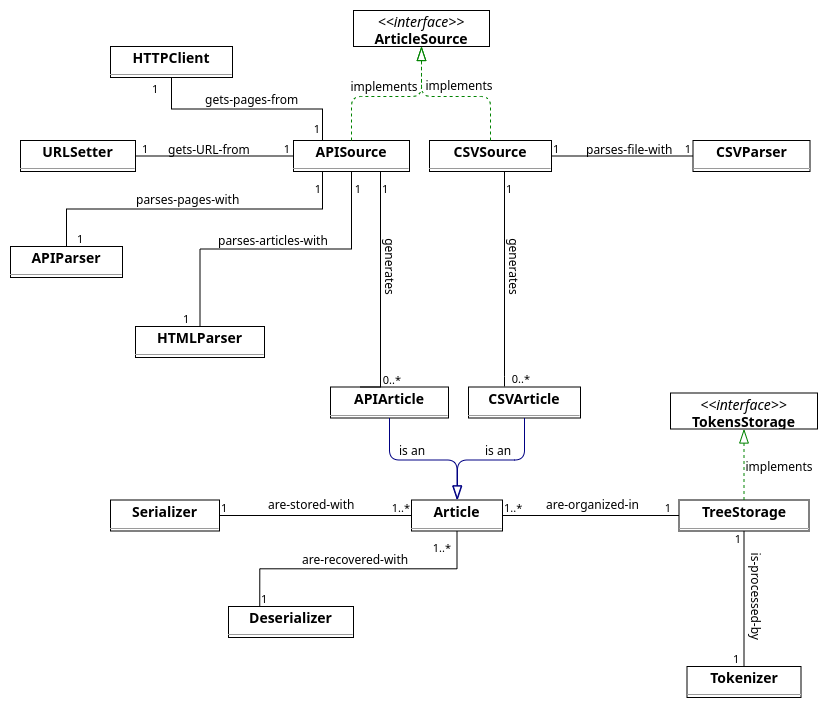
Earlier version of the draw.io export design_models/class_diag/dynamic_model/dynamic_class_diag.png (Daedalus02/eis_project). Source tidied: cells renumbered, new cells last; positions are measured from the earlier drawing's top-left corner, leaving out a move shared by most shapes.
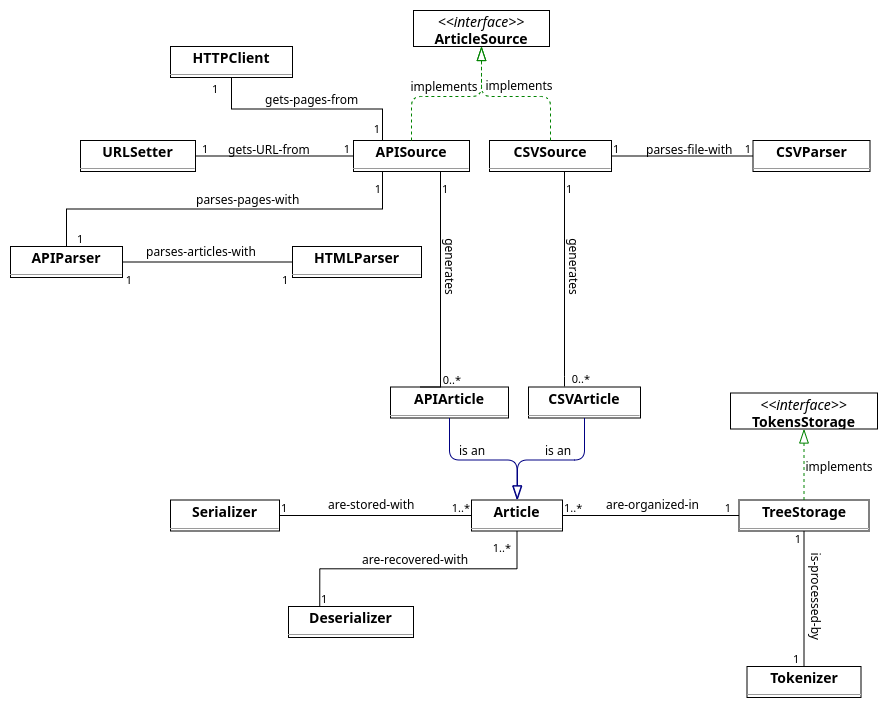
The same diagram one commit later.

Commit message:
fix diag classe

Change to the diagram source:
```diff
@@ -6,7 +6,7 @@
       <mxGeometry x="458" y="376.5" width="112" height="31" as="geometry" />
     </mxCell>
     <mxCell id="3" value="&lt;p style=&quot;margin:0px;margin-top:4px;text-align:center;&quot;&gt;&lt;b&gt;APIParser&lt;/b&gt;&lt;/p&gt;&lt;hr size=&quot;1&quot;/&gt;" style="verticalAlign=top;align=left;overflow=fill;fontSize=14;fontFamily=Helvetica;html=1;rounded=0;shadow=0;comic=0;labelBackgroundColor=none;strokeWidth=1;" parent="1" vertex="1">
-      <mxGeometry y="236" width="112" height="31" as="geometry" />
+      <mxGeometry x="-60" y="236" width="112" height="31" as="geometry" />
     </mxCell>
     <mxCell id="4" value="&lt;p style=&quot;margin:0px;margin-top:4px;text-align:center;&quot;&gt;&lt;b&gt;APISource&lt;/b&gt;&lt;/p&gt;&lt;hr size=&quot;1&quot;/&gt;" style="verticalAlign=top;align=left;overflow=fill;fontSize=14;fontFamily=Helvetica;html=1;rounded=0;shadow=0;comic=0;labelBackgroundColor=none;strokeWidth=1;" parent="1" vertex="1">
       <mxGeometry x="283" y="130" width="116" height="31" as="geometry" />
@@ -30,7 +30,7 @@
       <mxGeometry x="218" y="596" width="125" height="31" as="geometry" />
     </mxCell>
     <mxCell id="11" value="&lt;p style=&quot;margin:0px;margin-top:4px;text-align:center;&quot;&gt;&lt;b&gt;HTMLParser&lt;/b&gt;&lt;/p&gt;&lt;hr size=&quot;1&quot;/&gt;" style="verticalAlign=top;align=left;overflow=fill;fontSize=14;fontFamily=Helvetica;html=1;rounded=0;shadow=0;comic=0;labelBackgroundColor=none;strokeWidth=1;" parent="1" vertex="1">
-      <mxGeometry x="125" y="316" width="129" height="31" as="geometry" />
+      <mxGeometry x="222" y="236" width="129" height="31" as="geometry" />
     </mxCell>
     <mxCell id="12" value="&lt;p style=&quot;margin:0px;margin-top:4px;text-align:center;&quot;&gt;&lt;b&gt;HTTPClient&lt;/b&gt;&lt;/p&gt;&lt;hr size=&quot;1&quot;/&gt;" style="verticalAlign=top;align=left;overflow=fill;fontSize=14;fontFamily=Helvetica;html=1;rounded=0;shadow=0;comic=0;labelBackgroundColor=none;strokeWidth=1;" parent="1" vertex="1">
       <mxGeometry x="100" y="36" width="122" height="31" as="geometry" />
@@ -153,12 +153,12 @@
     <mxCell id="39" value="parses-pages-with" style="text;strokeColor=none;fillColor=none;align=left;verticalAlign=top;spacingLeft=4;spacingRight=4;overflow=hidden;whiteSpace=wrap;html=1;" parent="1" vertex="1">
       <mxGeometry x="120" y="176" width="120" height="30" as="geometry" />
     </mxCell>
-    <mxCell id="40" style="endArrow=none;html=1;edgeStyle=orthogonalEdgeStyle;rounded=0;exitX=0.5;exitY=0;exitDx=0;exitDy=0;entryX=0.5;entryY=1;entryDx=0;entryDy=0;" parent="1" edge="1" source="11" target="4">
+    <mxCell id="40" style="endArrow=none;html=1;edgeStyle=orthogonalEdgeStyle;rounded=0;exitX=0;exitY=0.5;exitDx=0;exitDy=0;entryX=1;entryY=0.5;entryDx=0;entryDy=0;" parent="1" edge="1" source="11" target="3">
       <mxGeometry relative="1" as="geometry" />
     </mxCell>
     <mxCell id="41" value="1" style="edgeLabel;html=1;align=left;verticalAlign=bottom;" parent="40" vertex="1">
       <mxGeometry x="-1" relative="1" as="geometry">
-        <mxPoint x="-19" as="offset" />
+        <mxPoint x="-12" y="25" as="offset" />
       </mxGeometry>
     </mxCell>
     <mxCell id="42" value="1" style="edgeLabel;html=1;align=right;verticalAlign=bottom;" parent="40" vertex="1">
@@ -167,7 +167,7 @@
       </mxGeometry>
     </mxCell>
     <mxCell id="43" value="parses-articles-with" style="text;strokeColor=none;fillColor=none;align=left;verticalAlign=top;spacingLeft=4;spacingRight=4;overflow=hidden;whiteSpace=wrap;html=1;" parent="1" vertex="1">
-      <mxGeometry x="202" y="217" width="120" height="26" as="geometry" />
+      <mxGeometry x="70" y="227.5" width="120" height="26" as="geometry" />
     </mxCell>
     <mxCell id="44" style="endArrow=none;html=1;edgeStyle=orthogonalEdgeStyle;rounded=0;exitX=1;exitY=0.5;exitDx=0;exitDy=0;entryX=0;entryY=0.5;entryDx=0;entryDy=0;" parent="1" edge="1" source="9" target="8">
       <mxGeometry relative="1" as="geometry" />
```
